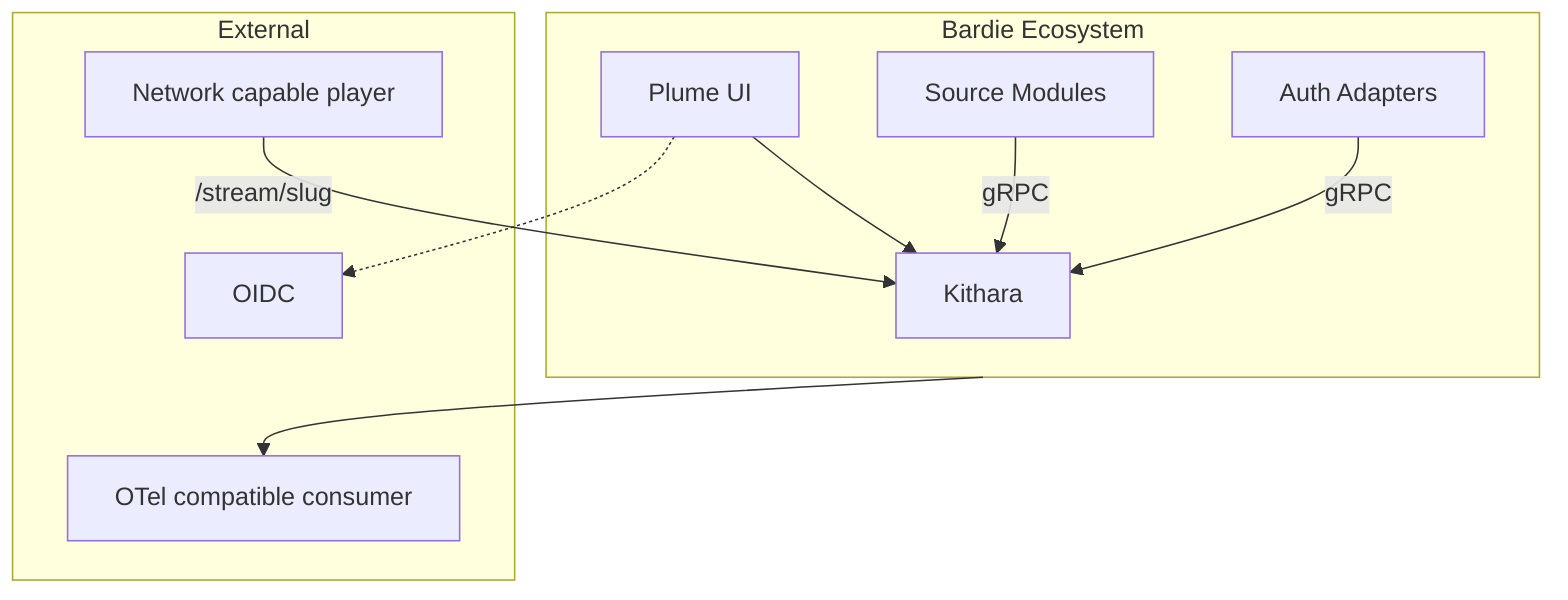
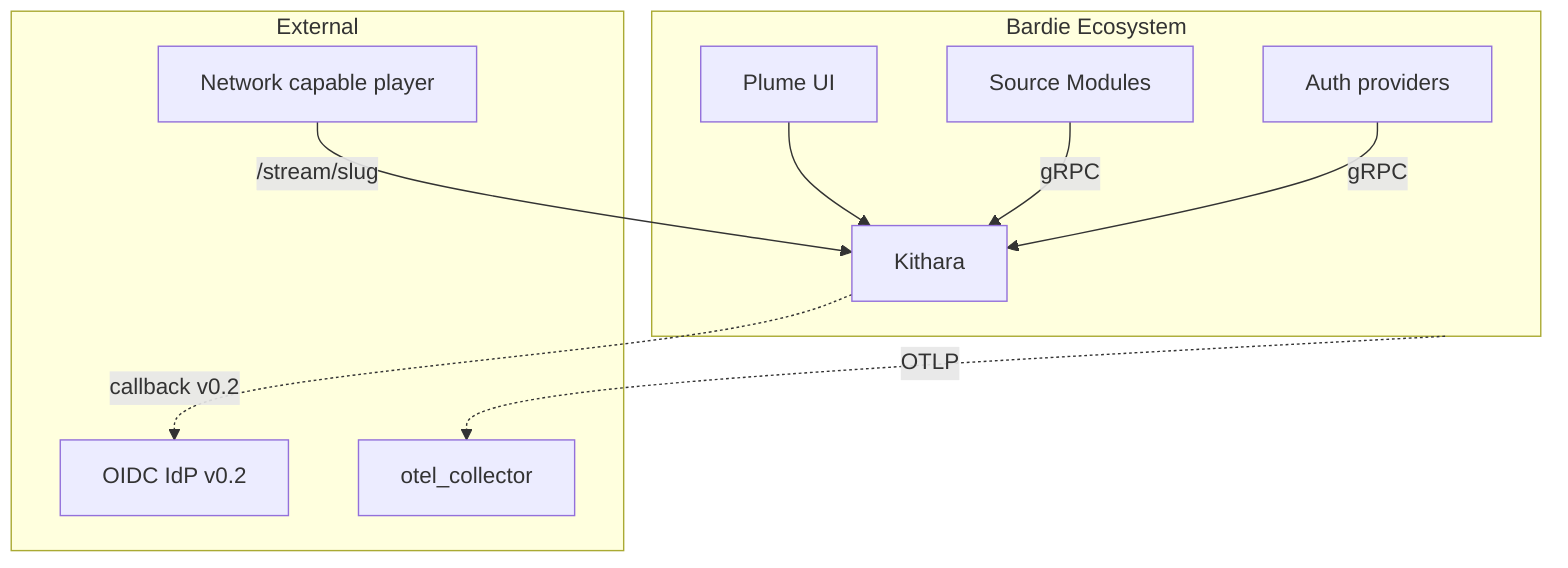
flowchart TB
  subgraph bardie [Bardie Ecosystem]
    Kithara[Kithara]
    Plume[Plume UI]
    SrcMod[Source Modules]
-     AuthMod[Auth Adapters]
+     AuthMod[Auth providers]
  end
  subgraph external [External]
    Players[Network capable player]
-     IdP[OIDC]
-     OTel[OTel compatible consumer]
+     IdP["OIDC IdP v0.2"]
+     OTel[otel_collector]
  end
  Plume --> Kithara
  SrcMod -->|gRPC| Kithara
  AuthMod -->|gRPC| Kithara
  Players -->|/stream/slug| Kithara
-   Plume -.-> IdP
-   bardie --> OTel
+   Kithara -.->|callback v0.2| IdP
+   bardie -.->|OTLP| OTel
